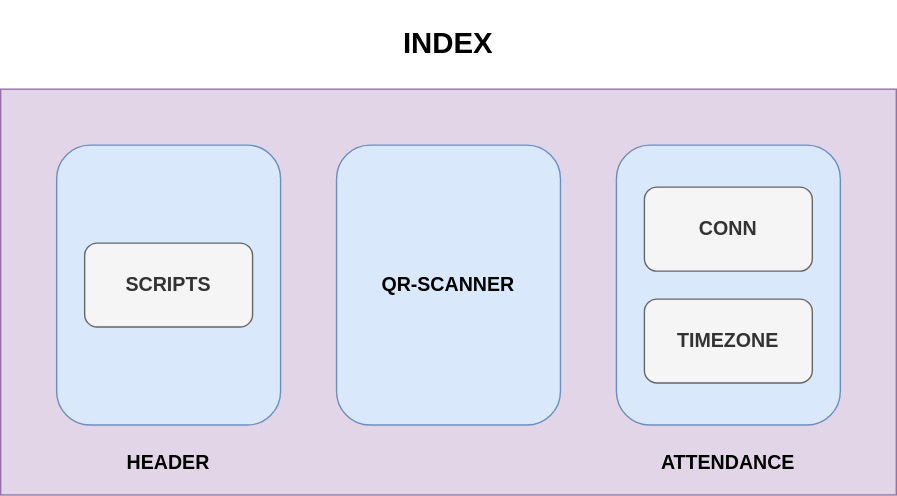
Above: images/flowcharts/user_overview.drawio.svg in RuralNative/Qttendance (draw.io), before the change. Source tidied: cells renumbered, new cells last; positions are measured from the earlier drawing's top-left corner, leaving out a move shared by most shapes.
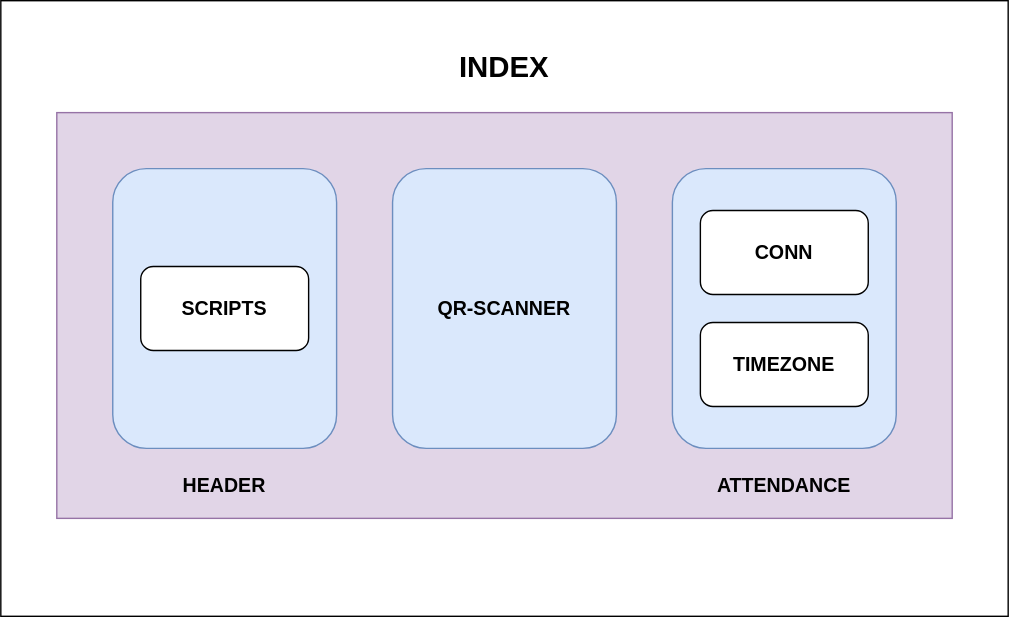
The same file after the commit.

The edit, as a diff of the source:
```diff
@@ -2,6 +2,9 @@
   <root>
     <mxCell id="0" />
     <mxCell id="1" parent="0" />
+    <mxCell id="9" style="rounded=0;whiteSpace=wrap;html=1;" parent="1" vertex="1">
+      <mxGeometry x="-40" y="-80" width="720" height="440" as="geometry" />
+    </mxCell>
     <mxCell id="2" value="&lt;h2&gt;INDEX&lt;/h2&gt;" style="rounded=0;whiteSpace=wrap;html=1;fontSize=14;labelPosition=center;verticalLabelPosition=top;align=center;verticalAlign=bottom;fillColor=#e1d5e7;strokeColor=#9673a6;" parent="1" vertex="1">
       <mxGeometry width="640" height="290" as="geometry" />
     </mxCell>
@@ -14,13 +17,13 @@
     <mxCell id="5" value="&lt;h2 style=&quot;font-size: 14px;&quot;&gt;ATTENDANCE&lt;/h2&gt;" style="rounded=1;whiteSpace=wrap;html=1;verticalAlign=top;labelPosition=center;verticalLabelPosition=bottom;align=center;fontSize=14;fillColor=#dae8fc;strokeColor=#6c8ebf;" parent="1" vertex="1">
       <mxGeometry x="440" y="40" width="160" height="200" as="geometry" />
     </mxCell>
-    <mxCell id="6" value="&lt;h3 style=&quot;&quot;&gt;SCRIPTS&lt;/h3&gt;" style="rounded=1;whiteSpace=wrap;html=1;fillColor=#f5f5f5;fontColor=#333333;strokeColor=#666666;" parent="1" vertex="1">
+    <mxCell id="6" value="&lt;h3 style=&quot;&quot;&gt;SCRIPTS&lt;/h3&gt;" style="rounded=1;whiteSpace=wrap;html=1;" parent="1" vertex="1">
       <mxGeometry x="60" y="110" width="120" height="60" as="geometry" />
     </mxCell>
-    <mxCell id="7" value="&lt;h3&gt;CONN&lt;/h3&gt;" style="rounded=1;whiteSpace=wrap;html=1;fillColor=#f5f5f5;fontColor=#333333;strokeColor=#666666;" parent="1" vertex="1">
+    <mxCell id="7" value="&lt;h3&gt;CONN&lt;/h3&gt;" style="rounded=1;whiteSpace=wrap;html=1;" parent="1" vertex="1">
       <mxGeometry x="460" y="70" width="120" height="60" as="geometry" />
     </mxCell>
-    <mxCell id="8" value="&lt;h3&gt;TIMEZONE&lt;/h3&gt;" style="rounded=1;whiteSpace=wrap;html=1;fillColor=#f5f5f5;fontColor=#333333;strokeColor=#666666;" parent="1" vertex="1">
+    <mxCell id="8" value="&lt;h3&gt;TIMEZONE&lt;/h3&gt;" style="rounded=1;whiteSpace=wrap;html=1;" parent="1" vertex="1">
       <mxGeometry x="460" y="150" width="120" height="60" as="geometry" />
     </mxCell>
   </root>
```
